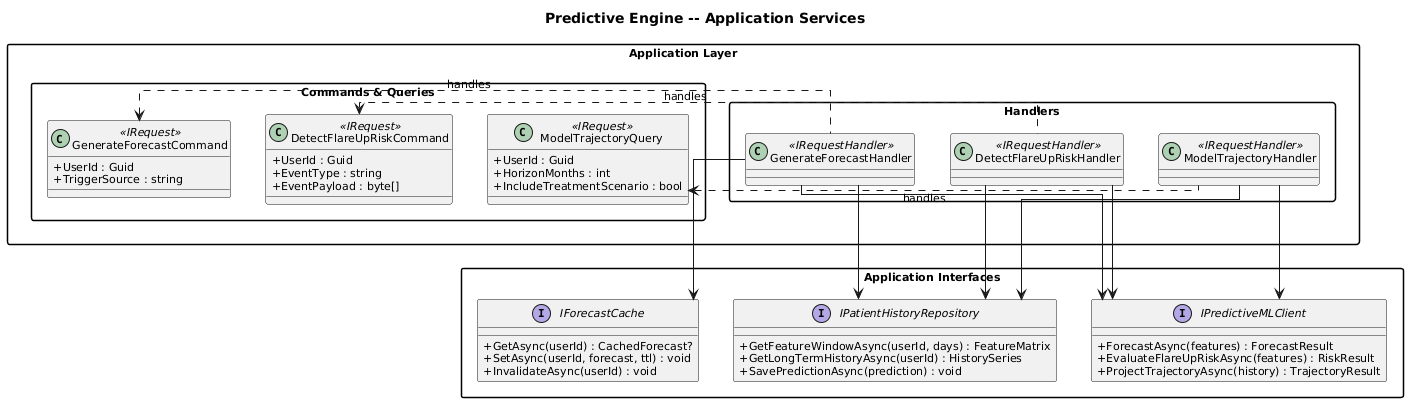
QuinntyneBrown/ClearEyeQ keeps this PlantUML diagram as docs/detailed-design/06-predictive-engine/class-application-services.png. Above is the earlier version.
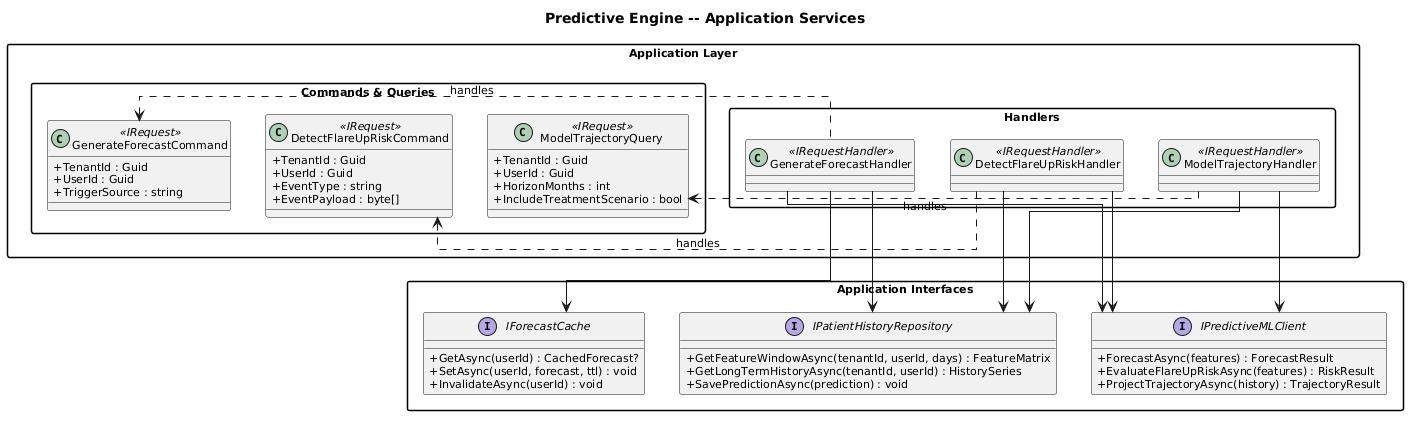
The same diagram one commit later.

Diff of the diagram source:
```diff
@@ -10,17 +10,20 @@
 
     package "Commands & Queries" {
         class GenerateForecastCommand <<IRequest>> {
+            +TenantId : Guid
             +UserId : Guid
             +TriggerSource : string
         }
 
         class DetectFlareUpRiskCommand <<IRequest>> {
+            +TenantId : Guid
             +UserId : Guid
             +EventType : string
             +EventPayload : byte[]
         }
 
         class ModelTrajectoryQuery <<IRequest>> {
+            +TenantId : Guid
             +UserId : Guid
             +HorizonMonths : int
             +IncludeTreatmentScenario : bool
@@ -42,8 +45,8 @@
     }
 
     interface IPatientHistoryRepository {
-        +GetFeatureWindowAsync(userId, days) : FeatureMatrix
-        +GetLongTermHistoryAsync(userId) : HistorySeries
+        +GetFeatureWindowAsync(tenantId, userId, days) : FeatureMatrix
+        +GetLongTermHistoryAsync(tenantId, userId) : HistorySeries
         +SavePredictionAsync(prediction) : void
     }
 
```
